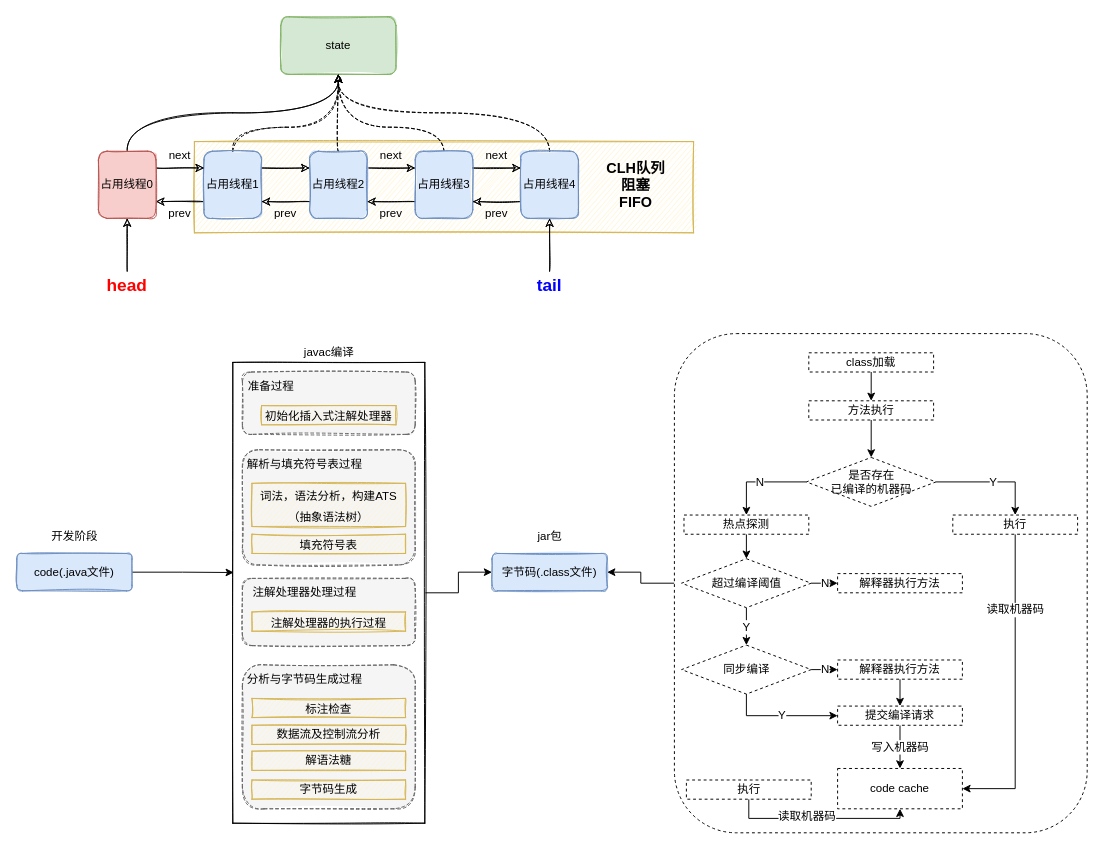
Earlier version of the draw.io diagram draw-io/AQS.drawio (kpsmile95/file-repository). Source tidied: cells renumbered, new cells numbered last; positions are measured from the earlier drawing's top-left corner, leaving out a move shared by most shapes. Both pictures are drawn from the tidied source at 96%, with x=0, y=0 at pixel (16, 16).
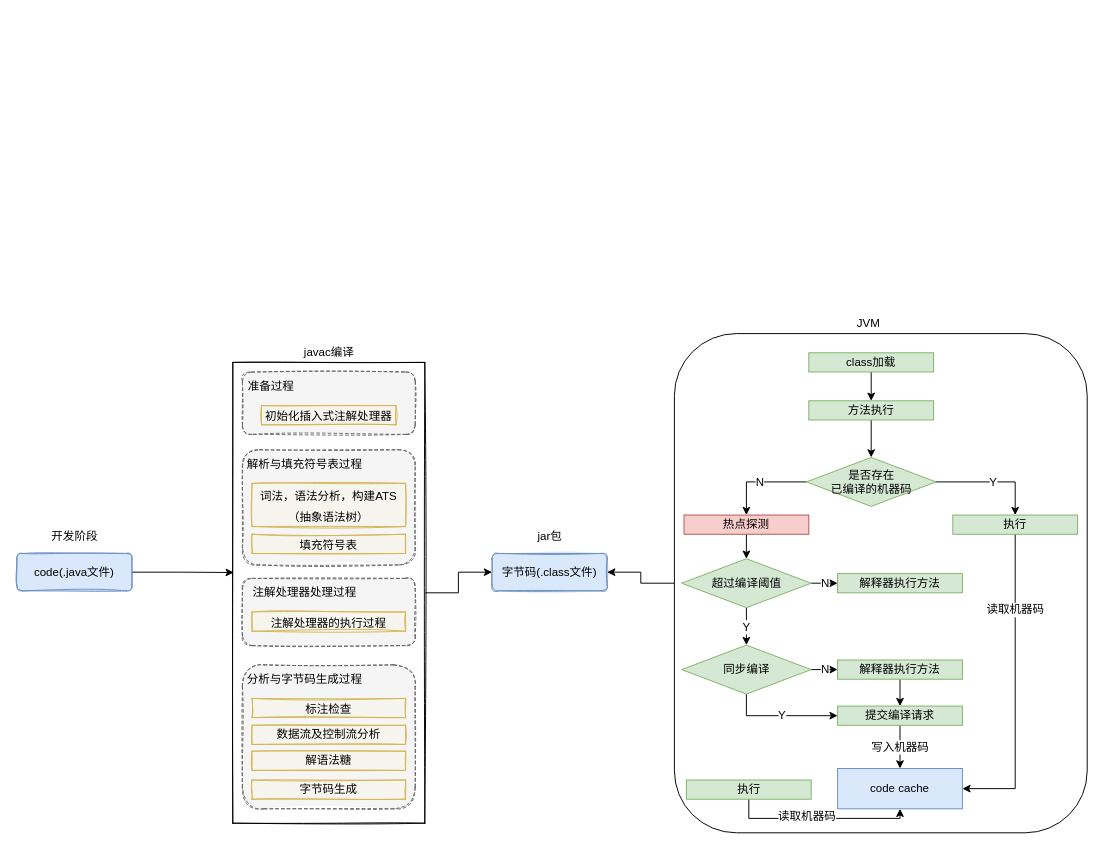
The same page after the edit.

The edit, as a diff of the source:
```diff
@@
-    <mxCell id="2" style="rounded=0;whiteSpace=wrap;html=1;fontSize=18;sketch=1;fillColor=#fff2cc;strokeColor=#d6b656;shadow=0;glass=0;" parent="1" vertex="1">
-      <mxGeometry x="185" y="130" width="520" height="95" as="geometry" />
-    </mxCell>
-    <mxCell id="3" value="state" style="rounded=1;whiteSpace=wrap;html=1;sketch=1;fillColor=#d5e8d4;strokeColor=#82b366;fillStyle=solid;" parent="1" vertex="1">
-      <mxGeometry x="275" width="120" height="60" as="geometry" />
-    </mxCell>
-    <mxCell id="4" style="edgeStyle=orthogonalEdgeStyle;rounded=0;jettySize=auto;html=1;exitX=1;exitY=0.25;exitDx=0;exitDy=0;entryX=0;entryY=0.25;entryDx=0;entryDy=0;sketch=1;" parent="1" edge="1" source="7" target="11">
-      <mxGeometry relative="1" as="geometry" />
-    </mxCell>
-    <mxCell id="5" style="edgeStyle=orthogonalEdgeStyle;rounded=0;jettySize=auto;html=1;exitX=0;exitY=0.75;exitDx=0;exitDy=0;entryX=1;entryY=0.75;entryDx=0;entryDy=0;sketch=1;" parent="1" edge="1" source="7" target="21">
-      <mxGeometry relative="1" as="geometry" />
-    </mxCell>
-    <mxCell id="6" style="edgeStyle=orthogonalEdgeStyle;curved=1;rounded=0;sketch=1;jettySize=auto;html=1;exitX=0.5;exitY=0;exitDx=0;exitDy=0;entryX=0.5;entryY=1;entryDx=0;entryDy=0;fontSize=18;dashed=1;" parent="1" edge="1" source="7" target="3">
-      <mxGeometry relative="1" as="geometry">
-        <Array as="points">
-          <mxPoint x="225" y="115" />
-          <mxPoint x="335" y="115" />
-        </Array>
-      </mxGeometry>
-    </mxCell>
-    <mxCell id="7" value="占用线程1" style="rounded=1;whiteSpace=wrap;html=1;sketch=1;fillColor=#dae8fc;strokeColor=#6c8ebf;fillStyle=solid;" parent="1" vertex="1">
-      <mxGeometry x="195" y="140" width="60" height="70" as="geometry" />
-    </mxCell>
-    <mxCell id="8" style="edgeStyle=orthogonalEdgeStyle;rounded=0;jettySize=auto;html=1;exitX=1;exitY=0.25;exitDx=0;exitDy=0;entryX=0;entryY=0.25;entryDx=0;entryDy=0;sketch=1;" parent="1" edge="1" source="11" target="15">
-      <mxGeometry relative="1" as="geometry" />
-    </mxCell>
-    <mxCell id="9" style="edgeStyle=orthogonalEdgeStyle;rounded=0;jettySize=auto;html=1;exitX=0;exitY=0.75;exitDx=0;exitDy=0;entryX=1;entryY=0.75;entryDx=0;entryDy=0;sketch=1;" parent="1" edge="1" source="11" target="7">
-      <mxGeometry relative="1" as="geometry" />
-    </mxCell>
-    <mxCell id="10" style="edgeStyle=orthogonalEdgeStyle;curved=1;rounded=0;sketch=1;jettySize=auto;html=1;exitX=0.5;exitY=0;exitDx=0;exitDy=0;entryX=0.5;entryY=1;entryDx=0;entryDy=0;fontSize=18;dashed=1;" parent="1" edge="1" source="11" target="3">
-      <mxGeometry relative="1" as="geometry" />
-    </mxCell>
-    <mxCell id="11" value="占用线程2" style="rounded=1;whiteSpace=wrap;html=1;sketch=1;fillColor=#dae8fc;strokeColor=#6c8ebf;fillStyle=solid;" parent="1" vertex="1">
-      <mxGeometry x="305" y="140" width="60" height="70" as="geometry" />
-    </mxCell>
-    <mxCell id="12" style="edgeStyle=orthogonalEdgeStyle;rounded=0;jettySize=auto;html=1;exitX=1;exitY=0.25;exitDx=0;exitDy=0;entryX=0;entryY=0.25;entryDx=0;entryDy=0;sketch=1;" parent="1" edge="1" source="15" target="18">
-      <mxGeometry relative="1" as="geometry" />
-    </mxCell>
-    <mxCell id="13" style="edgeStyle=orthogonalEdgeStyle;rounded=0;jettySize=auto;html=1;exitX=0;exitY=0.75;exitDx=0;exitDy=0;entryX=1;entryY=0.75;entryDx=0;entryDy=0;sketch=1;" parent="1" edge="1" source="15" target="11">
-      <mxGeometry relative="1" as="geometry" />
-    </mxCell>
-    <mxCell id="14" style="edgeStyle=orthogonalEdgeStyle;curved=1;rounded=0;sketch=1;jettySize=auto;html=1;exitX=0.5;exitY=0;exitDx=0;exitDy=0;entryX=0.5;entryY=1;entryDx=0;entryDy=0;fontSize=18;dashed=1;" parent="1" edge="1" source="15" target="3">
-      <mxGeometry relative="1" as="geometry">
-        <Array as="points">
-          <mxPoint x="445" y="115" />
-          <mxPoint x="335" y="115" />
-        </Array>
-      </mxGeometry>
-    </mxCell>
-    <mxCell id="15" value="占用线程3" style="rounded=1;whiteSpace=wrap;html=1;sketch=1;fillColor=#dae8fc;strokeColor=#6c8ebf;fillStyle=solid;" parent="1" vertex="1">
-      <mxGeometry x="415" y="140" width="60" height="70" as="geometry" />
-    </mxCell>
-    <mxCell id="16" style="edgeStyle=orthogonalEdgeStyle;rounded=0;jettySize=auto;html=1;exitX=0;exitY=0.75;exitDx=0;exitDy=0;entryX=1;entryY=0.75;entryDx=0;entryDy=0;sketch=1;" parent="1" edge="1" source="18" target="15">
-      <mxGeometry relative="1" as="geometry" />
-    </mxCell>
-    <mxCell id="17" style="edgeStyle=orthogonalEdgeStyle;curved=1;rounded=0;sketch=1;jettySize=auto;html=1;exitX=0.5;exitY=0;exitDx=0;exitDy=0;fontSize=18;dashed=1;" parent="1" edge="1" source="18" target="3">
-      <mxGeometry relative="1" as="geometry" />
-    </mxCell>
-    <mxCell id="18" value="占用线程4" style="rounded=1;whiteSpace=wrap;html=1;sketch=1;fillColor=#dae8fc;strokeColor=#6c8ebf;fillStyle=solid;" parent="1" vertex="1">
-      <mxGeometry x="525" y="140" width="60" height="70" as="geometry" />
-    </mxCell>
-    <mxCell id="19" style="edgeStyle=orthogonalEdgeStyle;rounded=0;jettySize=auto;html=1;exitX=1;exitY=0.25;exitDx=0;exitDy=0;entryX=0;entryY=0.25;entryDx=0;entryDy=0;sketch=1;" parent="1" edge="1" source="21" target="7">
-      <mxGeometry relative="1" as="geometry" />
-    </mxCell>
-    <mxCell id="20" style="edgeStyle=orthogonalEdgeStyle;rounded=0;jettySize=auto;html=1;exitX=0.5;exitY=0;exitDx=0;exitDy=0;entryX=0.5;entryY=1;entryDx=0;entryDy=0;fontSize=18;sketch=1;curved=1;" parent="1" edge="1" source="21" target="3">
-      <mxGeometry relative="1" as="geometry" />
-    </mxCell>
-    <mxCell id="21" value="占用线程0" style="rounded=1;whiteSpace=wrap;html=1;sketch=1;fillColor=#f8cecc;strokeColor=#b85450;fillStyle=solid;" parent="1" vertex="1">
-      <mxGeometry x="85" y="140" width="60" height="70" as="geometry" />
-    </mxCell>
-    <mxCell id="22" style="edgeStyle=orthogonalEdgeStyle;rounded=0;jettySize=auto;html=1;exitX=0.5;exitY=0;exitDx=0;exitDy=0;entryX=0.5;entryY=1;entryDx=0;entryDy=0;fontSize=18;sketch=1;" parent="1" edge="1" source="23" target="21">
-      <mxGeometry relative="1" as="geometry" />
-    </mxCell>
-    <mxCell id="23" value="&lt;font style=&quot;font-size: 18px;&quot; color=&quot;#FF0000&quot;&gt;&lt;b&gt;head&lt;/b&gt;&lt;/font&gt;" style="text;html=1;strokeColor=none;fillColor=none;align=center;verticalAlign=middle;whiteSpace=wrap;rounded=0;sketch=1;" parent="1" vertex="1">
-      <mxGeometry x="85" y="265" width="60" height="30" as="geometry" />
-    </mxCell>
-    <mxCell id="24" value="next" style="text;html=1;strokeColor=none;fillColor=none;align=center;verticalAlign=middle;whiteSpace=wrap;rounded=0;sketch=1;" parent="1" vertex="1">
-      <mxGeometry x="155" y="135" width="30" height="20" as="geometry" />
-    </mxCell>
-    <mxCell id="25" value="next" style="text;html=1;strokeColor=none;fillColor=none;align=center;verticalAlign=middle;whiteSpace=wrap;rounded=0;sketch=1;" parent="1" vertex="1">
-      <mxGeometry x="375" y="135" width="30" height="20" as="geometry" />
-    </mxCell>
-    <mxCell id="26" value="next" style="text;html=1;strokeColor=none;fillColor=none;align=center;verticalAlign=middle;whiteSpace=wrap;rounded=0;sketch=1;" parent="1" vertex="1">
-      <mxGeometry x="485" y="135" width="30" height="20" as="geometry" />
-    </mxCell>
-    <mxCell id="27" value="prev" style="text;html=1;strokeColor=none;fillColor=none;align=center;verticalAlign=middle;whiteSpace=wrap;rounded=0;sketch=1;" parent="1" vertex="1">
-      <mxGeometry x="485" y="195" width="30" height="20" as="geometry" />
-    </mxCell>
-    <mxCell id="28" value="prev" style="text;html=1;strokeColor=none;fillColor=none;align=center;verticalAlign=middle;whiteSpace=wrap;rounded=0;sketch=1;" parent="1" vertex="1">
-      <mxGeometry x="375" y="195" width="30" height="20" as="geometry" />
-    </mxCell>
-    <mxCell id="29" value="prev" style="text;html=1;strokeColor=none;fillColor=none;align=center;verticalAlign=middle;whiteSpace=wrap;rounded=0;sketch=1;" parent="1" vertex="1">
-      <mxGeometry x="265" y="195" width="30" height="20" as="geometry" />
-    </mxCell>
-    <mxCell id="30" value="prev" style="text;html=1;strokeColor=none;fillColor=none;align=center;verticalAlign=middle;whiteSpace=wrap;rounded=0;sketch=1;" parent="1" vertex="1">
-      <mxGeometry x="155" y="195" width="30" height="20" as="geometry" />
-    </mxCell>
-    <mxCell id="31" style="edgeStyle=orthogonalEdgeStyle;rounded=0;jettySize=auto;html=1;exitX=0.5;exitY=0;exitDx=0;exitDy=0;entryX=0.5;entryY=1;entryDx=0;entryDy=0;sketch=1;" parent="1" edge="1" source="32" target="18">
-      <mxGeometry relative="1" as="geometry" />
-    </mxCell>
-    <mxCell id="32" value="&lt;div style=&quot;font-size: 18px;&quot;&gt;&lt;font style=&quot;font-size: 18px;&quot; color=&quot;#0000FF&quot;&gt;&lt;b&gt;tail&lt;/b&gt;&lt;/font&gt;&lt;/div&gt;" style="text;html=1;strokeColor=none;fillColor=none;align=center;verticalAlign=middle;whiteSpace=wrap;rounded=0;sketch=1;" parent="1" vertex="1">
-      <mxGeometry x="525" y="265" width="60" height="30" as="geometry" />
-    </mxCell>
-    <mxCell id="33" value="&lt;div style=&quot;font-size: 15px;&quot;&gt;&lt;font style=&quot;font-size: 15px;&quot;&gt;&lt;b&gt;CLH队列&lt;/b&gt;&lt;/font&gt;&lt;/div&gt;&lt;div style=&quot;font-size: 15px;&quot;&gt;&lt;font style=&quot;font-size: 15px;&quot;&gt;&lt;b&gt;阻塞&lt;/b&gt;&lt;/font&gt;&lt;/div&gt;&lt;div style=&quot;font-size: 15px;&quot;&gt;&lt;font style=&quot;font-size: 15px;&quot;&gt;&lt;b&gt;FIFO&lt;br&gt;&lt;/b&gt;&lt;/font&gt;&lt;/div&gt;" style="text;html=1;strokeColor=none;fillColor=none;align=center;verticalAlign=middle;whiteSpace=wrap;rounded=0;sketch=1;" parent="1" vertex="1">
-      <mxGeometry x="595" y="135" width="100" height="80" as="geometry" />
-    </mxCell>
@@
-    <mxCell id="59" style="rounded=1;whiteSpace=wrap;html=1;dashed=1;fontSize=12;" parent="1" vertex="1">
+    <mxCell id="59" style="rounded=1;whiteSpace=wrap;html=1;fontSize=12;" parent="1" vertex="1">
       <mxGeometry x="685" y="330" width="430" height="520" as="geometry" />
     </mxCell>
@@
-    <mxCell id="61" value="class加载" style="rounded=0;whiteSpace=wrap;html=1;dashed=1;fontSize=12;" parent="1" vertex="1">
+    <mxCell id="61" value="class加载" style="rounded=0;whiteSpace=wrap;html=1;fontSize=12;fillColor=#d5e8d4;strokeColor=#82b366;" parent="1" vertex="1">
       <mxGeometry x="825" y="350" width="130" height="20" as="geometry" />
     </mxCell>
@@
-    <mxCell id="63" value="方法执行" style="rounded=0;whiteSpace=wrap;html=1;dashed=1;fontSize=12;" parent="1" vertex="1">
+    <mxCell id="63" value="方法执行" style="rounded=0;whiteSpace=wrap;html=1;fontSize=12;fillColor=#d5e8d4;strokeColor=#82b366;" parent="1" vertex="1">
       <mxGeometry x="825" y="400" width="130" height="20" as="geometry" />
     </mxCell>
@@
-    <mxCell id="66" value="&lt;div&gt;是否存在&lt;/div&gt;&lt;div&gt;已编译的机器码&lt;/div&gt;" style="rhombus;whiteSpace=wrap;html=1;dashed=1;fontSize=12;" parent="1" vertex="1">
+    <mxCell id="66" value="&lt;div&gt;是否存在&lt;/div&gt;&lt;div&gt;已编译的机器码&lt;/div&gt;" style="rhombus;whiteSpace=wrap;html=1;fontSize=12;fillColor=#d5e8d4;strokeColor=#82b366;" parent="1" vertex="1">
       <mxGeometry x="822.5" y="459" width="135" height="51" as="geometry" />
     </mxCell>
@@
-    <mxCell id="69" value="执行" style="rounded=0;whiteSpace=wrap;html=1;dashed=1;fontSize=12;" parent="1" vertex="1">
+    <mxCell id="69" value="执行" style="rounded=0;whiteSpace=wrap;html=1;fontSize=12;fillColor=#d5e8d4;strokeColor=#82b366;" parent="1" vertex="1">
       <mxGeometry x="975" y="519" width="130" height="20" as="geometry" />
     </mxCell>
@@
-    <mxCell id="71" value="热点探测" style="rounded=0;whiteSpace=wrap;html=1;dashed=1;fontSize=12;" parent="1" vertex="1">
+    <mxCell id="71" value="热点探测" style="rounded=0;whiteSpace=wrap;html=1;fontSize=12;fillColor=#f8cecc;strokeColor=#b85450;" parent="1" vertex="1">
       <mxGeometry x="695" y="519" width="130" height="20" as="geometry" />
     </mxCell>
@@
-    <mxCell id="74" value="超过编译阈值" style="rhombus;whiteSpace=wrap;html=1;dashed=1;fontSize=12;" parent="1" vertex="1">
+    <mxCell id="74" value="超过编译阈值" style="rhombus;whiteSpace=wrap;html=1;fontSize=12;fillColor=#d5e8d4;strokeColor=#82b366;" parent="1" vertex="1">
       <mxGeometry x="692.5" y="564.5" width="135" height="51" as="geometry" />
     </mxCell>
-    <mxCell id="75" value="解释器执行方法" style="rounded=0;whiteSpace=wrap;html=1;dashed=1;fontSize=12;" parent="1" vertex="1">
+    <mxCell id="75" value="解释器执行方法" style="rounded=0;whiteSpace=wrap;html=1;fontSize=12;fillColor=#d5e8d4;strokeColor=#82b366;" parent="1" vertex="1">
       <mxGeometry x="855" y="580" width="130" height="20" as="geometry" />
     </mxCell>
@@
-    <mxCell id="77" value="解释器执行方法" style="rounded=0;whiteSpace=wrap;html=1;dashed=1;fontSize=12;" parent="1" vertex="1">
+    <mxCell id="77" value="解释器执行方法" style="rounded=0;whiteSpace=wrap;html=1;fontSize=12;fillColor=#d5e8d4;strokeColor=#82b366;" parent="1" vertex="1">
       <mxGeometry x="855" y="670" width="130" height="20" as="geometry" />
     </mxCell>
@@
-    <mxCell id="80" value="同步编译" style="rhombus;whiteSpace=wrap;html=1;dashed=1;fontSize=12;" parent="1" vertex="1">
+    <mxCell id="80" value="同步编译" style="rhombus;whiteSpace=wrap;html=1;fontSize=12;fillColor=#d5e8d4;strokeColor=#82b366;" parent="1" vertex="1">
       <mxGeometry x="692.5" y="654.5" width="135" height="51" as="geometry" />
     </mxCell>
@@
-    <mxCell id="82" value="提交编译请求" style="rounded=0;whiteSpace=wrap;html=1;dashed=1;fontSize=12;" parent="1" vertex="1">
+    <mxCell id="82" value="提交编译请求" style="rounded=0;whiteSpace=wrap;html=1;fontSize=12;fillColor=#d5e8d4;strokeColor=#82b366;" parent="1" vertex="1">
       <mxGeometry x="855" y="718" width="130" height="20" as="geometry" />
     </mxCell>
-    <mxCell id="83" value="code cache" style="rounded=0;whiteSpace=wrap;html=1;dashed=1;fontSize=12;" parent="1" vertex="1">
+    <mxCell id="83" value="code cache" style="rounded=0;whiteSpace=wrap;html=1;fontSize=12;fillColor=#dae8fc;strokeColor=#6c8ebf;" parent="1" vertex="1">
       <mxGeometry x="855" y="783" width="130" height="42" as="geometry" />
     </mxCell>
@@
-    <mxCell id="86" value="执行" style="rounded=0;whiteSpace=wrap;html=1;dashed=1;fontSize=12;" parent="1" vertex="1">
+    <mxCell id="86" value="执行" style="rounded=0;whiteSpace=wrap;html=1;fontSize=12;fillColor=#d5e8d4;strokeColor=#82b366;" parent="1" vertex="1">
       <mxGeometry x="697.5" y="795" width="130" height="20" as="geometry" />
     </mxCell>
+    <mxCell id="87" value="JVM" style="text;html=1;strokeColor=none;fillColor=none;align=center;verticalAlign=middle;whiteSpace=wrap;rounded=0;sketch=1;" parent="1" vertex="1">
+      <mxGeometry x="855" y="310" width="65" height="20" as="geometry" />
+    </mxCell>
```
